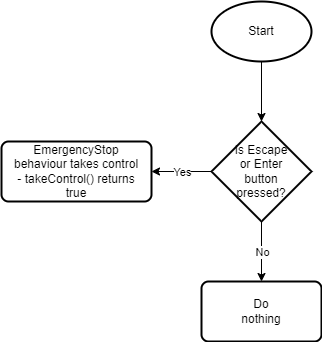
Earlier version of the draw.io export Final submission/EmergencyStopControlFlow.png (XLmT09/Bunny-Robot). Source tidied: cells renumbered, new cells last; positions are measured from the earlier drawing's top-left corner, leaving out a move shared by most shapes. The source it was exported from:
```xml
<mxGraphModel>
  <root>
    <mxCell id="0" />
    <mxCell id="1" parent="0" />
    <mxCell id="2" style="group;" parent="1" vertex="1">
      <mxGeometry x="210" width="100" height="60" as="geometry" />
    </mxCell>
    <mxCell id="3" style="strokeWidth=2;html=1;shape=mxgraph.flowchart.start_1;whiteSpace=wrap;hachureGap=4;" parent="2" vertex="1">
      <mxGeometry width="100" height="60" as="geometry" />
    </mxCell>
    <mxCell id="4" value="Start" style="text;html=1;strokeColor=none;fillColor=none;align=center;verticalAlign=middle;whiteSpace=wrap;rounded=0;hachureGap=4;" parent="2" vertex="1">
      <mxGeometry x="20" y="15" width="60" height="30" as="geometry" />
    </mxCell>
    <mxCell id="5" style="endArrow=classic;html=1;rounded=0;sourcePerimeterSpacing=8;targetPerimeterSpacing=8;curved=1;entryX=0.5;entryY=0;entryDx=0;entryDy=0;entryPerimeter=0;exitX=0.5;exitY=1;exitDx=0;exitDy=0;exitPerimeter=0;" parent="1" edge="1" source="3" target="7">
      <mxGeometry relative="1" as="geometry" />
    </mxCell>
    <mxCell id="6" style="group;" parent="1" vertex="1">
      <mxGeometry x="210" y="120" width="100" height="100" as="geometry" />
    </mxCell>
    <mxCell id="7" style="strokeWidth=2;html=1;shape=mxgraph.flowchart.decision;whiteSpace=wrap;hachureGap=4;" parent="6" vertex="1">
      <mxGeometry width="100" height="100" as="geometry" />
    </mxCell>
    <mxCell id="8" value="Is Escape or Enter button pressed?" style="text;html=1;strokeColor=none;fillColor=none;align=center;verticalAlign=middle;whiteSpace=wrap;rounded=0;hachureGap=4;" parent="6" vertex="1">
      <mxGeometry x="20" y="35" width="60" height="30" as="geometry" />
    </mxCell>
    <mxCell id="9" style="endArrow=classic;html=1;rounded=0;sourcePerimeterSpacing=8;targetPerimeterSpacing=8;curved=1;entryX=0.5;entryY=0;entryDx=0;entryDy=0;exitX=0.5;exitY=1;exitDx=0;exitDy=0;exitPerimeter=0;" parent="1" edge="1" source="7" target="12">
      <mxGeometry relative="1" as="geometry" />
    </mxCell>
    <mxCell id="10" value="No" style="edgeLabel;html=1;align=center;verticalAlign=middle;hachureGap=4;" parent="9" vertex="1">
      <mxGeometry relative="1" as="geometry" />
    </mxCell>
    <mxCell id="11" style="group;" parent="1" vertex="1">
      <mxGeometry x="200" y="280" width="120" height="60" as="geometry" />
    </mxCell>
    <mxCell id="12" style="rounded=1;whiteSpace=wrap;html=1;absoluteArcSize=1;arcSize=14;strokeWidth=2;hachureGap=4;" parent="11" vertex="1">
      <mxGeometry width="120" height="60" as="geometry" />
    </mxCell>
    <mxCell id="13" value="Do nothing" style="text;html=1;strokeColor=none;fillColor=none;align=center;verticalAlign=middle;whiteSpace=wrap;rounded=0;hachureGap=4;" parent="11" vertex="1">
      <mxGeometry x="30" y="15" width="60" height="30" as="geometry" />
    </mxCell>
    <mxCell id="14" style="group;" parent="1" vertex="1">
      <mxGeometry y="140" width="150" height="60" as="geometry" />
    </mxCell>
    <mxCell id="15" style="rounded=1;whiteSpace=wrap;html=1;absoluteArcSize=1;arcSize=14;strokeWidth=2;hachureGap=4;" parent="14" vertex="1">
      <mxGeometry width="150" height="60" as="geometry" />
    </mxCell>
    <mxCell id="16" value="EmergencyStop behaviour takes control - takeControl() returns true" style="text;html=1;strokeColor=none;fillColor=none;align=center;verticalAlign=middle;whiteSpace=wrap;rounded=0;hachureGap=4;" parent="14" vertex="1">
      <mxGeometry x="10" y="15" width="130" height="30" as="geometry" />
    </mxCell>
    <mxCell id="17" style="endArrow=classic;html=1;rounded=0;sourcePerimeterSpacing=8;targetPerimeterSpacing=8;curved=1;entryX=1;entryY=0.5;entryDx=0;entryDy=0;exitX=0;exitY=0.5;exitDx=0;exitDy=0;exitPerimeter=0;" parent="1" edge="1" source="7" target="15">
      <mxGeometry relative="1" as="geometry" />
    </mxCell>
    <mxCell id="18" value="Yes" style="edgeLabel;html=1;align=center;verticalAlign=middle;hachureGap=4;" parent="17" vertex="1">
      <mxGeometry relative="1" as="geometry" />
    </mxCell>
  </root>
</mxGraphModel>
```
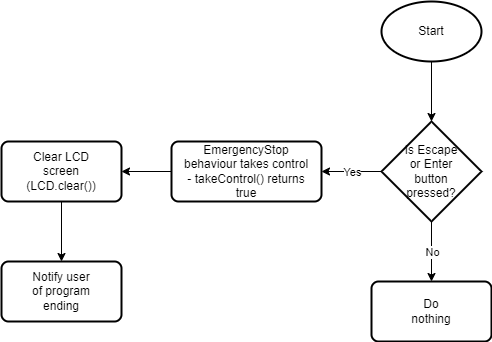
After the commit.

Diff of the diagram source:
```diff
@@ -53,5 +53,26 @@
     <mxCell id="18" value="Yes" style="edgeLabel;html=1;align=center;verticalAlign=middle;hachureGap=4;" parent="17" vertex="1">
       <mxGeometry relative="1" as="geometry" />
     </mxCell>
+    <mxCell id="19" style="rounded=1;whiteSpace=wrap;html=1;absoluteArcSize=1;arcSize=14;strokeWidth=2;hachureGap=4;" parent="1" vertex="1">
+      <mxGeometry x="-170" y="140" width="120" height="60" as="geometry" />
+    </mxCell>
+    <mxCell id="20" value="Clear LCD screen (LCD.clear())" style="text;html=1;strokeColor=none;fillColor=none;align=center;verticalAlign=middle;whiteSpace=wrap;rounded=0;hachureGap=4;" parent="1" vertex="1">
+      <mxGeometry x="-140" y="155" width="60" height="30" as="geometry" />
+    </mxCell>
+    <mxCell id="21" style="endArrow=classic;html=1;rounded=0;sourcePerimeterSpacing=8;targetPerimeterSpacing=8;curved=1;entryX=1;entryY=0.5;entryDx=0;entryDy=0;exitX=0;exitY=0.5;exitDx=0;exitDy=0;" parent="1" edge="1" source="15" target="19">
+      <mxGeometry relative="1" as="geometry" />
+    </mxCell>
+    <mxCell id="22" style="endArrow=classic;html=1;rounded=0;sourcePerimeterSpacing=8;targetPerimeterSpacing=8;curved=1;entryX=0.5;entryY=0;entryDx=0;entryDy=0;exitX=0.5;exitY=1;exitDx=0;exitDy=0;" parent="1" edge="1" source="19" target="24">
+      <mxGeometry relative="1" as="geometry" />
+    </mxCell>
+    <mxCell id="23" style="group;" parent="1" vertex="1">
+      <mxGeometry x="-170" y="260" width="120" height="60" as="geometry" />
+    </mxCell>
+    <mxCell id="24" style="rounded=1;whiteSpace=wrap;html=1;absoluteArcSize=1;arcSize=14;strokeWidth=2;hachureGap=4;" parent="23" vertex="1">
+      <mxGeometry width="120" height="60" as="geometry" />
+    </mxCell>
+    <mxCell id="25" value="Notify user of program ending" style="text;html=1;strokeColor=none;fillColor=none;align=center;verticalAlign=middle;whiteSpace=wrap;rounded=0;hachureGap=4;" parent="23" vertex="1">
+      <mxGeometry x="30" y="15" width="60" height="30" as="geometry" />
+    </mxCell>
   </root>
 </mxGraphModel>
```
